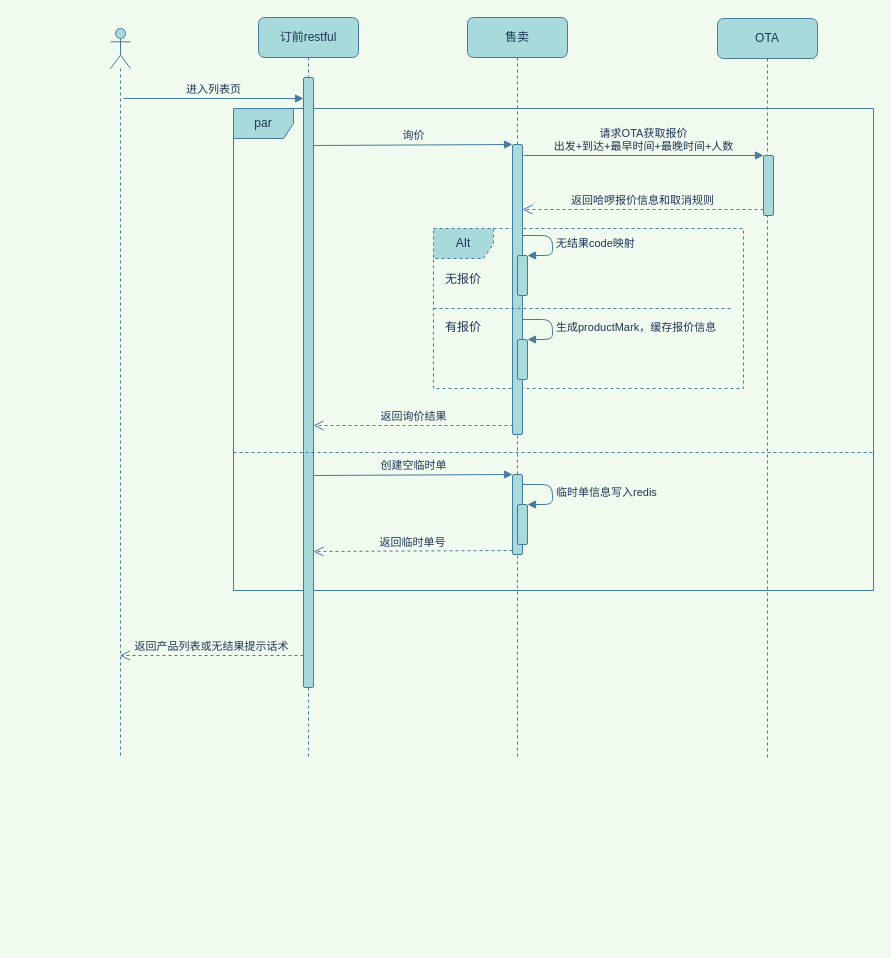
Before: 顺风车询价时序图.drawio in Veraxia/diagrams, a draw.io diagram. Source tidied: cells renumbered, new cells numbered last; positions are measured from the earlier drawing's top-left corner, leaving out a move shared by most shapes. Both pictures are drawn from the tidied source at 100%, with x=0, y=0 at pixel (110, 17).
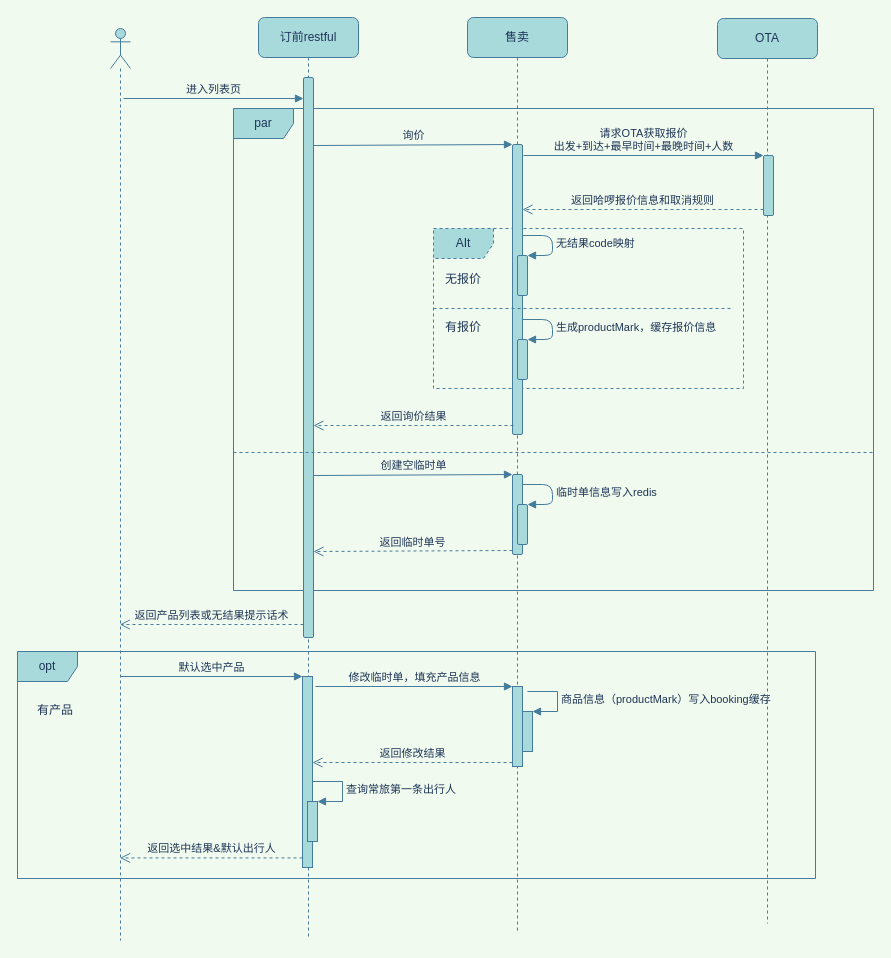
Above is the later version.

Commit message (it also covers changes not shown here):
更新顺风车询价时序图.drawio

Diff of the diagram source:
```diff
@@
+    <mxCell id="30" value="opt" style="shape=umlFrame;whiteSpace=wrap;html=1;strokeColor=#457B9D;fontColor=#1D3557;fillColor=#A8DADC;" parent="1" vertex="1">
+      <mxGeometry x="-93" y="634" width="798" height="227" as="geometry" />
+    </mxCell>
@@
     <mxCell id="4" value="订前restful" style="shape=umlLifeline;perimeter=lifelinePerimeter;whiteSpace=wrap;html=1;rounded=1;fillColor=#A8DADC;strokeColor=#457B9D;fontColor=#1D3557;" parent="1" vertex="1">
-      <mxGeometry x="148" width="100" height="741" as="geometry" />
+      <mxGeometry x="148" width="100" height="919" as="geometry" />
     </mxCell>
     <mxCell id="5" style="html=1;perimeter=orthogonalPerimeter;rounded=1;fillColor=#A8DADC;strokeColor=#457B9D;fontColor=#1D3557;" parent="4" vertex="1">
-      <mxGeometry x="45" y="60" width="10" height="610" as="geometry" />
+      <mxGeometry x="45" y="60" width="10" height="560" as="geometry" />
     </mxCell>
+    <mxCell id="31" style="html=1;points=[];perimeter=orthogonalPerimeter;strokeColor=#457B9D;fontColor=#1D3557;fillColor=#A8DADC;" parent="4" vertex="1">
+      <mxGeometry x="44" y="659" width="10" height="191" as="geometry" />
+    </mxCell>
+    <mxCell id="32" style="html=1;points=[];perimeter=orthogonalPerimeter;strokeColor=#457B9D;fontColor=#1D3557;fillColor=#A8DADC;" parent="4" vertex="1">
+      <mxGeometry x="49" y="784" width="10" height="40" as="geometry" />
+    </mxCell>
+    <mxCell id="33" value="查询常旅第一条出行人" style="edgeStyle=orthogonalEdgeStyle;html=1;align=left;spacingLeft=2;endArrow=block;rounded=0;entryX=1;entryY=0;strokeColor=#457B9D;fontColor=#1D3557;fillColor=#A8DADC;labelBackgroundColor=#F1FAEE;" parent="4" edge="1" target="32">
+      <mxGeometry relative="1" as="geometry">
+        <mxPoint x="54" y="764" as="sourcePoint" />
+        <Array as="points">
+          <mxPoint x="84" y="764" />
+        </Array>
+      </mxGeometry>
+    </mxCell>
     <mxCell id="6" value="售卖" style="shape=umlLifeline;perimeter=lifelinePerimeter;whiteSpace=wrap;html=1;rounded=1;fillColor=#A8DADC;strokeColor=#457B9D;fontColor=#1D3557;" parent="1" vertex="1">
-      <mxGeometry x="357" width="100" height="741" as="geometry" />
+      <mxGeometry x="357" width="100" height="914" as="geometry" />
     </mxCell>
@@
+    <mxCell id="34" style="html=1;points=[];perimeter=orthogonalPerimeter;strokeColor=#457B9D;fontColor=#1D3557;fillColor=#A8DADC;" parent="6" vertex="1">
+      <mxGeometry x="45" y="669" width="10" height="80" as="geometry" />
+    </mxCell>
+    <mxCell id="35" style="html=1;points=[];perimeter=orthogonalPerimeter;strokeColor=#457B9D;fontColor=#1D3557;fillColor=#A8DADC;" parent="6" vertex="1">
+      <mxGeometry x="55" y="694" width="10" height="40" as="geometry" />
+    </mxCell>
+    <mxCell id="36" value="商品信息（productMark）写入booking缓存" style="edgeStyle=orthogonalEdgeStyle;html=1;align=left;spacingLeft=2;endArrow=block;rounded=0;entryX=1;entryY=0;strokeColor=#457B9D;fontColor=#1D3557;fillColor=#A8DADC;labelBackgroundColor=#F1FAEE;" parent="6" edge="1" target="35">
+      <mxGeometry relative="1" as="geometry">
+        <mxPoint x="60" y="674" as="sourcePoint" />
+        <Array as="points">
+          <mxPoint x="90" y="674" />
+        </Array>
+      </mxGeometry>
+    </mxCell>
     <mxCell id="15" value="OTA" style="shape=umlLifeline;perimeter=lifelinePerimeter;whiteSpace=wrap;html=1;rounded=1;fillColor=#A8DADC;strokeColor=#457B9D;fontColor=#1D3557;" parent="1" vertex="1">
-      <mxGeometry x="607" y="1" width="100" height="740" as="geometry" />
+      <mxGeometry x="607" y="1" width="100" height="905" as="geometry" />
     </mxCell>
@@
     <mxCell id="17" style="shape=umlLifeline;participant=umlActor;perimeter=lifelinePerimeter;whiteSpace=wrap;html=1;verticalAlign=top;spacingTop=36;outlineConnect=0;rounded=1;fillColor=#A8DADC;strokeColor=#457B9D;fontColor=#1D3557;" parent="1" vertex="1">
-      <mxGeometry y="11" width="20" height="730" as="geometry" />
+      <mxGeometry y="11" width="20" height="912" as="geometry" />
     </mxCell>
@@
     <mxCell id="26" value="返回产品列表或无结果提示话术" style="html=1;verticalAlign=bottom;endArrow=open;dashed=1;endSize=8;rounded=1;labelBackgroundColor=#F1FAEE;strokeColor=#457B9D;fontColor=#1D3557;" parent="1" edge="1">
       <mxGeometry relative="1" as="geometry">
-        <mxPoint x="193" y="638" as="sourcePoint" />
-        <mxPoint x="9.3" y="638" as="targetPoint" />
+        <mxPoint x="193" y="607" as="sourcePoint" />
+        <mxPoint x="9.3" y="607" as="targetPoint" />
       </mxGeometry>
     </mxCell>
@@
+    <mxCell id="37" value="默认选中产品" style="html=1;verticalAlign=bottom;endArrow=block;entryX=0;entryY=0;rounded=0;strokeColor=#457B9D;fontColor=#1D3557;fillColor=#A8DADC;labelBackgroundColor=#F1FAEE;" parent="1" edge="1" source="17" target="31">
+      <mxGeometry relative="1" as="geometry" />
+    </mxCell>
+    <mxCell id="38" value="修改临时单，填充产品信息" style="html=1;verticalAlign=bottom;endArrow=block;entryX=0;entryY=0;rounded=0;strokeColor=#457B9D;fontColor=#1D3557;fillColor=#A8DADC;labelBackgroundColor=#F1FAEE;" parent="1" edge="1" target="34">
+      <mxGeometry relative="1" as="geometry">
+        <mxPoint x="205" y="669" as="sourcePoint" />
+      </mxGeometry>
+    </mxCell>
+    <mxCell id="39" value="返回修改结果" style="html=1;verticalAlign=bottom;endArrow=open;dashed=1;endSize=8;exitX=0;exitY=0.95;rounded=0;strokeColor=#457B9D;fontColor=#1D3557;fillColor=#A8DADC;labelBackgroundColor=#F1FAEE;" parent="1" edge="1" source="34">
+      <mxGeometry relative="1" as="geometry">
+        <mxPoint x="202" y="745" as="targetPoint" />
+      </mxGeometry>
+    </mxCell>
+    <mxCell id="40" value="返回选中结果&amp;amp;默认出行人" style="html=1;verticalAlign=bottom;endArrow=open;dashed=1;endSize=8;exitX=0;exitY=0.95;rounded=0;strokeColor=#457B9D;fontColor=#1D3557;fillColor=#A8DADC;labelBackgroundColor=#F1FAEE;" parent="1" edge="1" source="31" target="17">
+      <mxGeometry relative="1" as="geometry" />
+    </mxCell>
+    <mxCell id="41" value="有产品" style="text;html=1;strokeColor=none;fillColor=none;align=center;verticalAlign=middle;whiteSpace=wrap;rounded=0;fontColor=#1D3557;" parent="1" vertex="1">
+      <mxGeometry x="-85" y="678" width="60" height="30" as="geometry" />
+    </mxCell>
```
